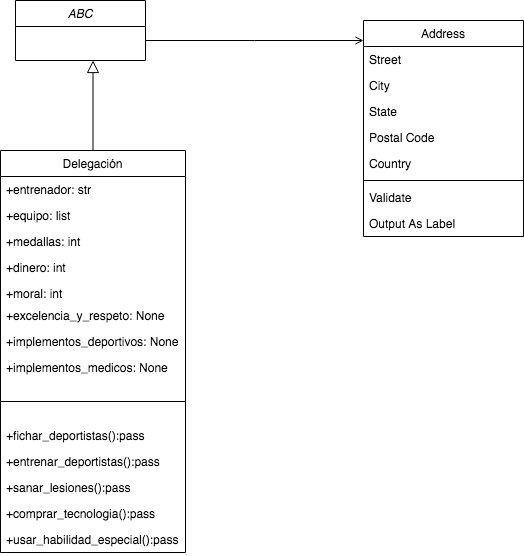
Above: Untitled Diagram.png in nicolaszanni/Programaci-n1 (draw.io), before the change. Source tidied: cells renumbered, new cells last; positions are measured from the earlier drawing's top-left corner, leaving out a move shared by most shapes.
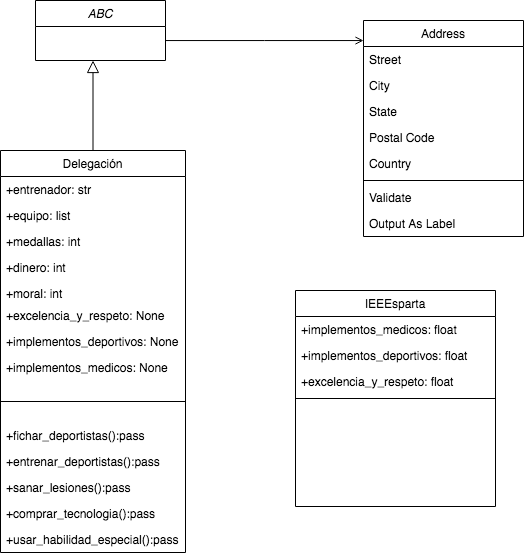
Above is the later version.

Change to the diagram source:
```diff
@@ -41,9 +41,6 @@
         <mxPoint x="-40" y="32" as="offset" />
       </mxGeometry>
     </mxCell>
-    <mxCell id="13" value="ABC" style="swimlane;fontStyle=2;align=center;verticalAlign=top;horizontal=1;startSize=26;rounded=0;shadow=0;strokeWidth=1;" parent="1" vertex="1">
-      <mxGeometry x="15" width="130" height="60" as="geometry" />
-    </mxCell>
     <mxCell id="14" value="Delegación" style="swimlane;fontStyle=0;align=center;verticalAlign=top;horizontal=1;startSize=26;rounded=0;shadow=0;strokeWidth=1;" parent="1" vertex="1">
       <mxGeometry y="150" width="185" height="402" as="geometry" />
     </mxCell>
@@ -89,5 +86,23 @@
     <mxCell id="28" value="+usar_habilidad_especial():pass" style="text;align=left;verticalAlign=top;spacingLeft=4;spacingRight=4;overflow=hidden;" parent="14" vertex="1">
       <mxGeometry y="376" width="185" height="26" as="geometry" />
     </mxCell>
+    <mxCell id="13" value="ABC" style="swimlane;fontStyle=2;align=center;verticalAlign=top;horizontal=1;startSize=26;rounded=0;shadow=0;strokeWidth=1;" parent="1" vertex="1">
+      <mxGeometry x="35" width="130" height="60" as="geometry" />
+    </mxCell>
+    <mxCell id="29" value="IEEEsparta" style="swimlane;fontStyle=0;align=center;verticalAlign=top;horizontal=1;startSize=26;rounded=0;shadow=0;strokeWidth=1;" parent="1" vertex="1">
+      <mxGeometry x="295" y="290" width="200" height="216" as="geometry" />
+    </mxCell>
+    <mxCell id="30" value="+implementos_medicos: float" style="text;align=left;verticalAlign=top;spacingLeft=4;spacingRight=4;overflow=hidden;rounded=0;shadow=0;html=0;" parent="29" vertex="1">
+      <mxGeometry y="26" width="200" height="26" as="geometry" />
+    </mxCell>
+    <mxCell id="31" value="+implementos_deportivos: float" style="text;align=left;verticalAlign=top;spacingLeft=4;spacingRight=4;overflow=hidden;rounded=0;shadow=0;html=0;" parent="29" vertex="1">
+      <mxGeometry y="52" width="200" height="26" as="geometry" />
+    </mxCell>
+    <mxCell id="32" value="+excelencia_y_respeto: float" style="text;align=left;verticalAlign=top;spacingLeft=4;spacingRight=4;overflow=hidden;rounded=0;shadow=0;html=0;" parent="29" vertex="1">
+      <mxGeometry y="78" width="200" height="26" as="geometry" />
+    </mxCell>
+    <mxCell id="33" style="line;html=1;strokeWidth=1;align=left;verticalAlign=middle;spacingTop=-1;spacingLeft=3;spacingRight=3;labelPosition=right;" parent="29" vertex="1">
+      <mxGeometry y="104" width="200" height="8" as="geometry" />
+    </mxCell>
   </root>
 </mxGraphModel>
```
